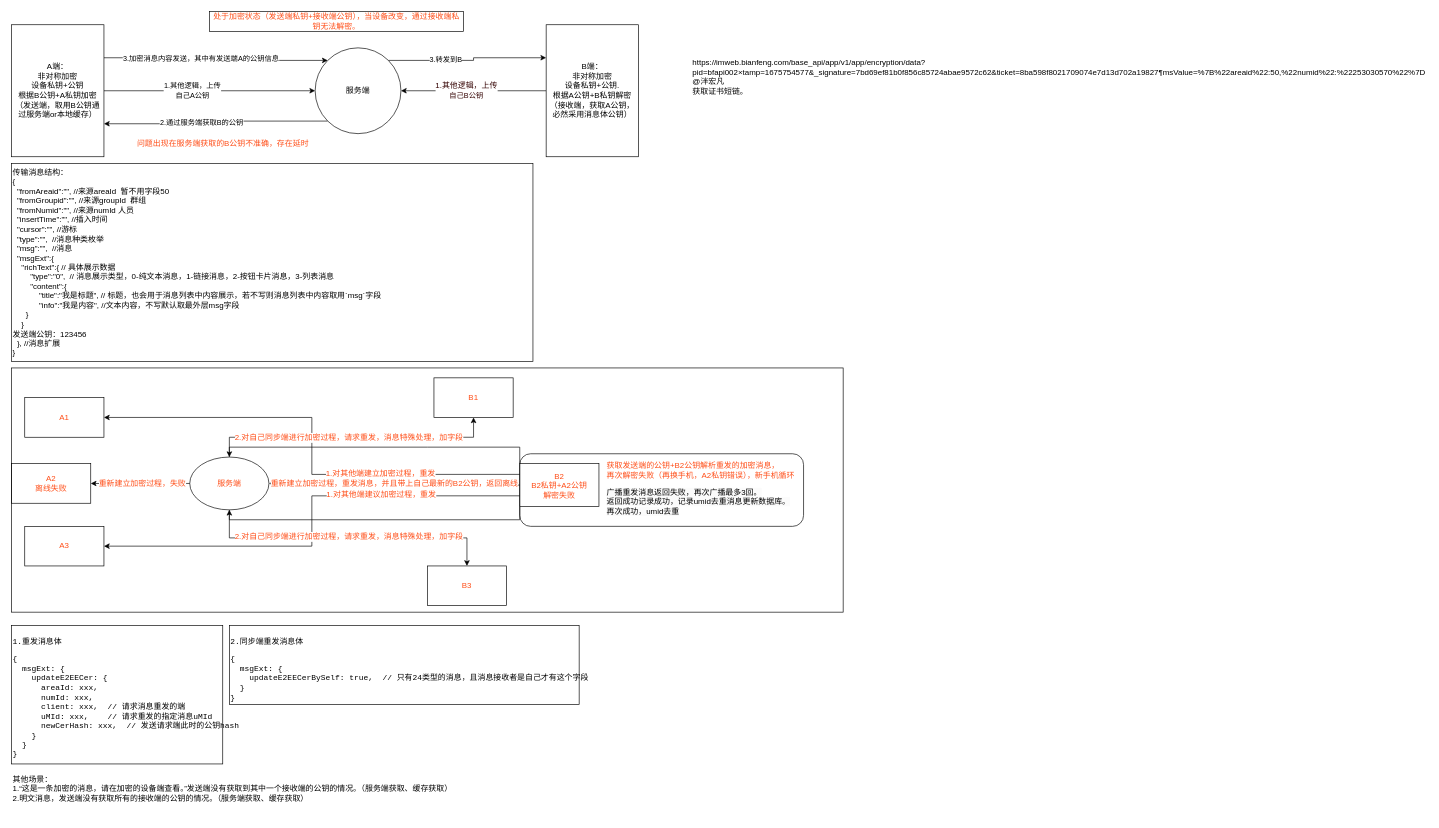
The draw.io diagram 端对端加密.drawio in panhf/tu, before the edit. Source tidied: cells renumbered, new cells numbered last; positions are measured from the earlier drawing's top-left corner, leaving out a move shared by most shapes. Both pictures are drawn from the tidied source at 66%, with x=0, y=0 at pixel (11, 11).
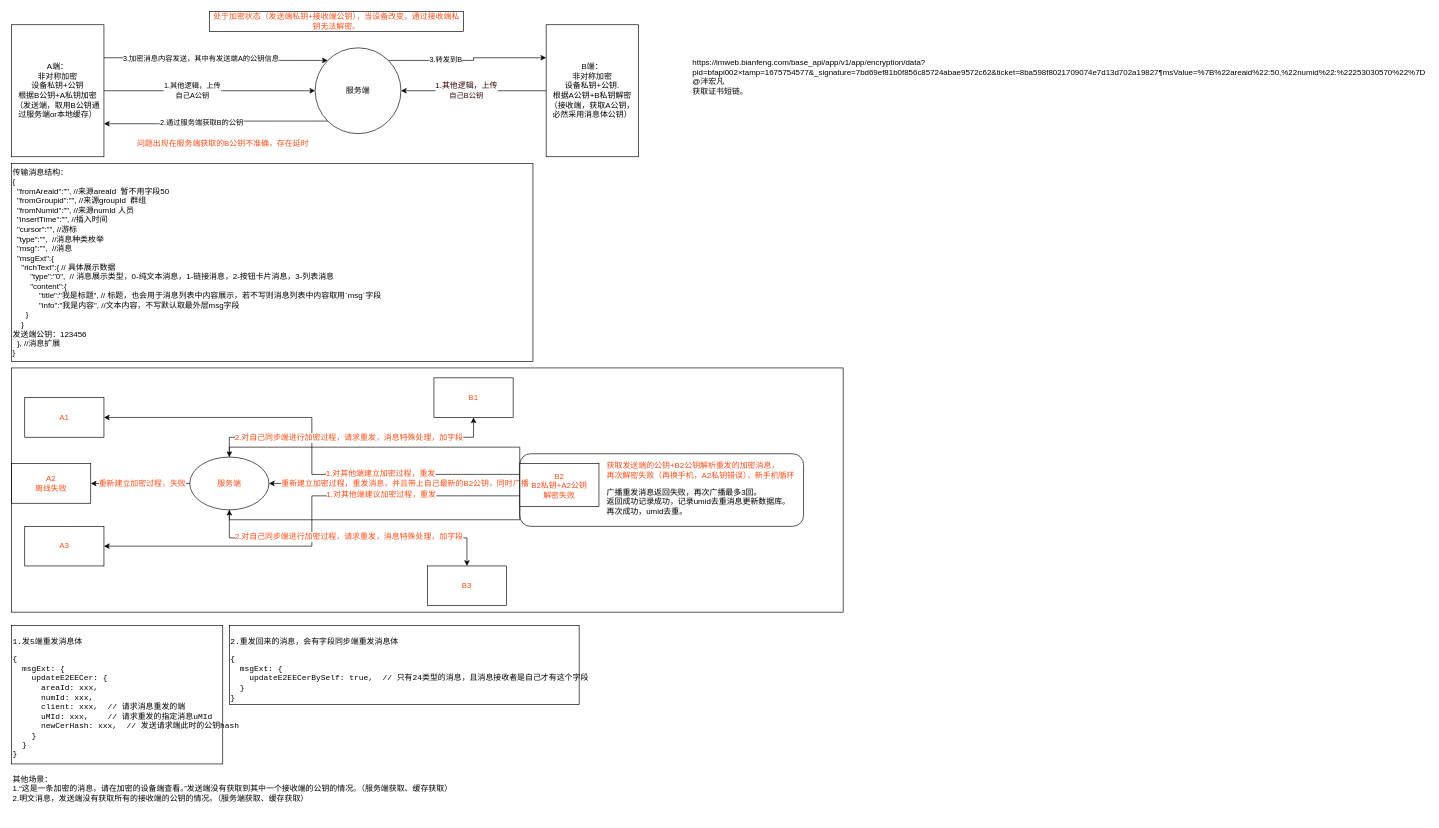
The same diagram, later.

Commit message:
更新端对端加密.drawio  更新同时广播，只要返回

Unchanged cells that the change refers to:
```xml
<mxCell id="23" style="edgeStyle=orthogonalEdgeStyle;rounded=0;jettySize=auto;html=1;exitX=0;exitY=0.5;exitDx=0;exitDy=0;fontSize=12;fontColor=#FF4D17;" parent="1" edge="1" source="31" target="39">
  <mxGeometry relative="1" as="geometry" />
</mxCell>
```

Change to the diagram source:
```diff
@@
-    <mxCell id="24" value="重新建立加密过程，重发消息，并且带上自己最新的B2公钥，返回离线" style="edgeLabel;html=1;align=center;verticalAlign=middle;fontSize=12;fontColor=#FF4D17;" parent="23" vertex="1">
+    <mxCell id="24" value="重新建立加密过程，重发消息，并且带上自己最新的B2公钥，同时广播" style="edgeLabel;html=1;align=center;verticalAlign=middle;fontSize=12;fontColor=#FF4D17;" parent="23" vertex="1">
       <mxGeometry x="0.31" y="2" relative="1" as="geometry">
-        <mxPoint x="58" y="-2" as="offset" />
+        <mxPoint x="74" y="-2" as="offset" />
       </mxGeometry>
     </mxCell>
@@
-    <mxCell id="42" value="&lt;span style=&quot;color: rgb(0, 0, 0); font-family: Helvetica; font-size: 12px; font-style: normal; font-variant-ligatures: normal; font-variant-caps: normal; font-weight: 400; letter-spacing: normal; orphans: 2; text-align: center; text-indent: 0px; text-transform: none; widows: 2; word-spacing: 0px; -webkit-text-stroke-width: 0px; background-color: rgb(251, 251, 251); text-decoration-thickness: initial; text-decoration-style: initial; text-decoration-color: initial; float: none; display: inline !important;&quot;&gt;广播重发消息返回失败，再次广播最多3回。&lt;/span&gt;&lt;br style=&quot;border-color: var(--border-color); color: rgb(0, 0, 0); font-family: Helvetica; font-size: 12px; font-style: normal; font-variant-ligatures: normal; font-variant-caps: normal; font-weight: 400; letter-spacing: normal; orphans: 2; text-align: center; text-indent: 0px; text-transform: none; widows: 2; word-spacing: 0px; -webkit-text-stroke-width: 0px; background-color: rgb(251, 251, 251); text-decoration-thickness: initial; text-decoration-style: initial; text-decoration-color: initial;&quot;&gt;&lt;span style=&quot;color: rgb(0, 0, 0); font-family: Helvetica; font-size: 12px; font-style: normal; font-variant-ligatures: normal; font-variant-caps: normal; font-weight: 400; letter-spacing: normal; orphans: 2; text-align: center; text-indent: 0px; text-transform: none; widows: 2; word-spacing: 0px; -webkit-text-stroke-width: 0px; background-color: rgb(251, 251, 251); text-decoration-thickness: initial; text-decoration-style: initial; text-decoration-color: initial; float: none; display: inline !important;&quot;&gt;返回成功记录成功，记录umid去重消息更新数据库。&lt;br&gt;再次成功，umid去重&lt;br&gt;&lt;/span&gt;" style="text;whiteSpace=wrap;html=1;fontSize=12;fontColor=#000000;" parent="1" vertex="1">
+    <mxCell id="42" value="&lt;span style=&quot;color: rgb(0, 0, 0); font-family: Helvetica; font-size: 12px; font-style: normal; font-variant-ligatures: normal; font-variant-caps: normal; font-weight: 400; letter-spacing: normal; orphans: 2; text-align: center; text-indent: 0px; text-transform: none; widows: 2; word-spacing: 0px; -webkit-text-stroke-width: 0px; background-color: rgb(251, 251, 251); text-decoration-thickness: initial; text-decoration-style: initial; text-decoration-color: initial; float: none; display: inline !important;&quot;&gt;广播重发消息返回失败，再次广播最多3回。&lt;/span&gt;&lt;br style=&quot;border-color: var(--border-color); color: rgb(0, 0, 0); font-family: Helvetica; font-size: 12px; font-style: normal; font-variant-ligatures: normal; font-variant-caps: normal; font-weight: 400; letter-spacing: normal; orphans: 2; text-align: center; text-indent: 0px; text-transform: none; widows: 2; word-spacing: 0px; -webkit-text-stroke-width: 0px; background-color: rgb(251, 251, 251); text-decoration-thickness: initial; text-decoration-style: initial; text-decoration-color: initial;&quot;&gt;&lt;span style=&quot;color: rgb(0, 0, 0); font-family: Helvetica; font-size: 12px; font-style: normal; font-variant-ligatures: normal; font-variant-caps: normal; font-weight: 400; letter-spacing: normal; orphans: 2; text-align: center; text-indent: 0px; text-transform: none; widows: 2; word-spacing: 0px; -webkit-text-stroke-width: 0px; background-color: rgb(251, 251, 251); text-decoration-thickness: initial; text-decoration-style: initial; text-decoration-color: initial; float: none; display: inline !important;&quot;&gt;返回成功记录成功，记录umid去重消息更新数据库。&lt;br&gt;再次成功，umid去重。&lt;br&gt;&lt;/span&gt;" style="text;whiteSpace=wrap;html=1;fontSize=12;fontColor=#000000;" parent="1" vertex="1">
       <mxGeometry x="900" y="715" width="340" height="50" as="geometry" />
     </mxCell>
@@
-    <mxCell id="44" value="&lt;span data-docs-delta=&quot;[[20,&amp;quot;{&amp;quot;],[20,&amp;quot;\n&amp;quot;,&amp;quot;24:\&amp;quot;YNAS\&amp;quot;|36:177|direction:\&amp;quot;ltr\&amp;quot;&amp;quot;],[20,&amp;quot;  msgExt: {&amp;quot;],[20,&amp;quot;\n&amp;quot;,&amp;quot;24:\&amp;quot;Vgk3\&amp;quot;|36:177|direction:\&amp;quot;ltr\&amp;quot;&amp;quot;],[20,&amp;quot;    updateE2EECer: {&amp;quot;],[20,&amp;quot;\n&amp;quot;,&amp;quot;24:\&amp;quot;atrl\&amp;quot;|36:177|direction:\&amp;quot;ltr\&amp;quot;&amp;quot;],[20,&amp;quot;      areaId: xxx,&amp;quot;],[20,&amp;quot;\n&amp;quot;,&amp;quot;24:\&amp;quot;xfEq\&amp;quot;|36:177|direction:\&amp;quot;ltr\&amp;quot;&amp;quot;],[20,&amp;quot;      numId: xxx,&amp;quot;],[20,&amp;quot;\n&amp;quot;,&amp;quot;24:\&amp;quot;CnPP\&amp;quot;|36:177|direction:\&amp;quot;ltr\&amp;quot;&amp;quot;],[20,&amp;quot;      client: xxx,  // 请求消息重发的端&amp;quot;],[20,&amp;quot;\n&amp;quot;,&amp;quot;24:\&amp;quot;vK4W\&amp;quot;|36:177|direction:\&amp;quot;ltr\&amp;quot;&amp;quot;],[20,&amp;quot;      uMId: xxx,    // 请求重发的指定消息uMId&amp;quot;],[20,&amp;quot;\n&amp;quot;,&amp;quot;24:\&amp;quot;Q8HP\&amp;quot;|36:177|direction:\&amp;quot;ltr\&amp;quot;&amp;quot;],[20,&amp;quot;      newCerHash: xxx,  // 发送请求端此时的公钥hash&amp;quot;],[20,&amp;quot;\n&amp;quot;,&amp;quot;24:\&amp;quot;zw7l\&amp;quot;|36:177|direction:\&amp;quot;ltr\&amp;quot;&amp;quot;],[20,&amp;quot;    }&amp;quot;],[20,&amp;quot;\n&amp;quot;,&amp;quot;24:\&amp;quot;Pvve\&amp;quot;|36:177|direction:\&amp;quot;ltr\&amp;quot;&amp;quot;],[20,&amp;quot;  }&amp;quot;],[20,&amp;quot;\n&amp;quot;,&amp;quot;24:\&amp;quot;VP2J\&amp;quot;|36:177|direction:\&amp;quot;ltr\&amp;quot;&amp;quot;],[20,&amp;quot;}&amp;quot;],[20,&amp;quot;\n&amp;quot;,&amp;quot;24:\&amp;quot;nvir\&amp;quot;|36:177|direction:\&amp;quot;ltr\&amp;quot;&amp;quot;]]&quot;&gt;&lt;pre&gt;1.重发消息体&lt;/pre&gt;&lt;pre&gt;{&lt;br&gt;  msgExt: {&lt;br&gt;    updateE2EECer: {&lt;br&gt;      areaId: xxx,&lt;br&gt;      numId: xxx,&lt;br&gt;      client: xxx,  // 请求消息重发的端&lt;br&gt;      uMId: xxx,    // 请求重发的指定消息uMId&lt;br&gt;      newCerHash: xxx,  // 发送请求端此时的公钥hash&lt;br&gt;    }&lt;br&gt;  }&lt;br&gt;}&lt;/pre&gt;&lt;/span&gt;" style="text;whiteSpace=wrap;html=1;fontSize=12;fontColor=#000000;strokeColor=default;" parent="1" vertex="1">
+    <mxCell id="44" value="&lt;span data-docs-delta=&quot;[[20,&amp;quot;{&amp;quot;],[20,&amp;quot;\n&amp;quot;,&amp;quot;24:\&amp;quot;YNAS\&amp;quot;|36:177|direction:\&amp;quot;ltr\&amp;quot;&amp;quot;],[20,&amp;quot;  msgExt: {&amp;quot;],[20,&amp;quot;\n&amp;quot;,&amp;quot;24:\&amp;quot;Vgk3\&amp;quot;|36:177|direction:\&amp;quot;ltr\&amp;quot;&amp;quot;],[20,&amp;quot;    updateE2EECer: {&amp;quot;],[20,&amp;quot;\n&amp;quot;,&amp;quot;24:\&amp;quot;atrl\&amp;quot;|36:177|direction:\&amp;quot;ltr\&amp;quot;&amp;quot;],[20,&amp;quot;      areaId: xxx,&amp;quot;],[20,&amp;quot;\n&amp;quot;,&amp;quot;24:\&amp;quot;xfEq\&amp;quot;|36:177|direction:\&amp;quot;ltr\&amp;quot;&amp;quot;],[20,&amp;quot;      numId: xxx,&amp;quot;],[20,&amp;quot;\n&amp;quot;,&amp;quot;24:\&amp;quot;CnPP\&amp;quot;|36:177|direction:\&amp;quot;ltr\&amp;quot;&amp;quot;],[20,&amp;quot;      client: xxx,  // 请求消息重发的端&amp;quot;],[20,&amp;quot;\n&amp;quot;,&amp;quot;24:\&amp;quot;vK4W\&amp;quot;|36:177|direction:\&amp;quot;ltr\&amp;quot;&amp;quot;],[20,&amp;quot;      uMId: xxx,    // 请求重发的指定消息uMId&amp;quot;],[20,&amp;quot;\n&amp;quot;,&amp;quot;24:\&amp;quot;Q8HP\&amp;quot;|36:177|direction:\&amp;quot;ltr\&amp;quot;&amp;quot;],[20,&amp;quot;      newCerHash: xxx,  // 发送请求端此时的公钥hash&amp;quot;],[20,&amp;quot;\n&amp;quot;,&amp;quot;24:\&amp;quot;zw7l\&amp;quot;|36:177|direction:\&amp;quot;ltr\&amp;quot;&amp;quot;],[20,&amp;quot;    }&amp;quot;],[20,&amp;quot;\n&amp;quot;,&amp;quot;24:\&amp;quot;Pvve\&amp;quot;|36:177|direction:\&amp;quot;ltr\&amp;quot;&amp;quot;],[20,&amp;quot;  }&amp;quot;],[20,&amp;quot;\n&amp;quot;,&amp;quot;24:\&amp;quot;VP2J\&amp;quot;|36:177|direction:\&amp;quot;ltr\&amp;quot;&amp;quot;],[20,&amp;quot;}&amp;quot;],[20,&amp;quot;\n&amp;quot;,&amp;quot;24:\&amp;quot;nvir\&amp;quot;|36:177|direction:\&amp;quot;ltr\&amp;quot;&amp;quot;]]&quot;&gt;&lt;pre&gt;1.发5端重发消息体&lt;/pre&gt;&lt;pre&gt;{&lt;br&gt;  msgExt: {&lt;br&gt;    updateE2EECer: {&lt;br&gt;      areaId: xxx,&lt;br&gt;      numId: xxx,&lt;br&gt;      client: xxx,  // 请求消息重发的端&lt;br&gt;      uMId: xxx,    // 请求重发的指定消息uMId&lt;br&gt;      newCerHash: xxx,  // 发送请求端此时的公钥hash&lt;br&gt;    }&lt;br&gt;  }&lt;br&gt;}&lt;/pre&gt;&lt;/span&gt;" style="text;whiteSpace=wrap;html=1;fontSize=12;fontColor=#000000;strokeColor=default;" parent="1" vertex="1">
       <mxGeometry y="930" width="320" height="210" as="geometry" />
     </mxCell>
-    <mxCell id="45" value="&lt;span data-docs-delta=&quot;[[20,&amp;quot;{&amp;quot;],[20,&amp;quot;\n&amp;quot;,&amp;quot;24:\&amp;quot;Vws9\&amp;quot;|36:177|direction:\&amp;quot;ltr\&amp;quot;&amp;quot;],[20,&amp;quot;  msgExt: {&amp;quot;],[20,&amp;quot;\n&amp;quot;,&amp;quot;24:\&amp;quot;8DtW\&amp;quot;|36:177|direction:\&amp;quot;ltr\&amp;quot;&amp;quot;],[20,&amp;quot;    updateE2EECerBySelf: true,  // 只有24类型的消息，且消息接收者是自己才有这个字段&amp;quot;],[20,&amp;quot;\n&amp;quot;,&amp;quot;24:\&amp;quot;HbSw\&amp;quot;|36:177|direction:\&amp;quot;ltr\&amp;quot;&amp;quot;],[20,&amp;quot;  }&amp;quot;],[20,&amp;quot;\n&amp;quot;,&amp;quot;24:\&amp;quot;jUMK\&amp;quot;|36:177|direction:\&amp;quot;ltr\&amp;quot;&amp;quot;],[20,&amp;quot;}&amp;quot;],[20,&amp;quot;\n&amp;quot;,&amp;quot;24:\&amp;quot;mmoD\&amp;quot;|36:177|direction:\&amp;quot;ltr\&amp;quot;&amp;quot;]]&quot;&gt;&lt;pre&gt;2.同步端重发消息体&lt;/pre&gt;&lt;pre&gt;{&lt;br&gt;  msgExt: {&lt;br&gt;    updateE2EECerBySelf: true,  // 只有24类型的消息，且消息接收者是自己才有这个字段&lt;br&gt;  }&lt;br&gt;}&lt;/pre&gt;&lt;/span&gt;" style="text;whiteSpace=wrap;html=1;fontSize=12;fontColor=#000000;strokeColor=default;" parent="1" vertex="1">
+    <mxCell id="45" value="&lt;span data-docs-delta=&quot;[[20,&amp;quot;{&amp;quot;],[20,&amp;quot;\n&amp;quot;,&amp;quot;24:\&amp;quot;Vws9\&amp;quot;|36:177|direction:\&amp;quot;ltr\&amp;quot;&amp;quot;],[20,&amp;quot;  msgExt: {&amp;quot;],[20,&amp;quot;\n&amp;quot;,&amp;quot;24:\&amp;quot;8DtW\&amp;quot;|36:177|direction:\&amp;quot;ltr\&amp;quot;&amp;quot;],[20,&amp;quot;    updateE2EECerBySelf: true,  // 只有24类型的消息，且消息接收者是自己才有这个字段&amp;quot;],[20,&amp;quot;\n&amp;quot;,&amp;quot;24:\&amp;quot;HbSw\&amp;quot;|36:177|direction:\&amp;quot;ltr\&amp;quot;&amp;quot;],[20,&amp;quot;  }&amp;quot;],[20,&amp;quot;\n&amp;quot;,&amp;quot;24:\&amp;quot;jUMK\&amp;quot;|36:177|direction:\&amp;quot;ltr\&amp;quot;&amp;quot;],[20,&amp;quot;}&amp;quot;],[20,&amp;quot;\n&amp;quot;,&amp;quot;24:\&amp;quot;mmoD\&amp;quot;|36:177|direction:\&amp;quot;ltr\&amp;quot;&amp;quot;]]&quot;&gt;&lt;pre&gt;2.重发回来的消息，会有字段同步端重发消息体&lt;/pre&gt;&lt;pre&gt;{&lt;br&gt;  msgExt: {&lt;br&gt;    updateE2EECerBySelf: true,  // 只有24类型的消息，且消息接收者是自己才有这个字段&lt;br&gt;  }&lt;br&gt;}&lt;/pre&gt;&lt;/span&gt;" style="text;whiteSpace=wrap;html=1;fontSize=12;fontColor=#000000;strokeColor=default;" parent="1" vertex="1">
       <mxGeometry x="330" y="930" width="530" height="120" as="geometry" />
     </mxCell>
```
